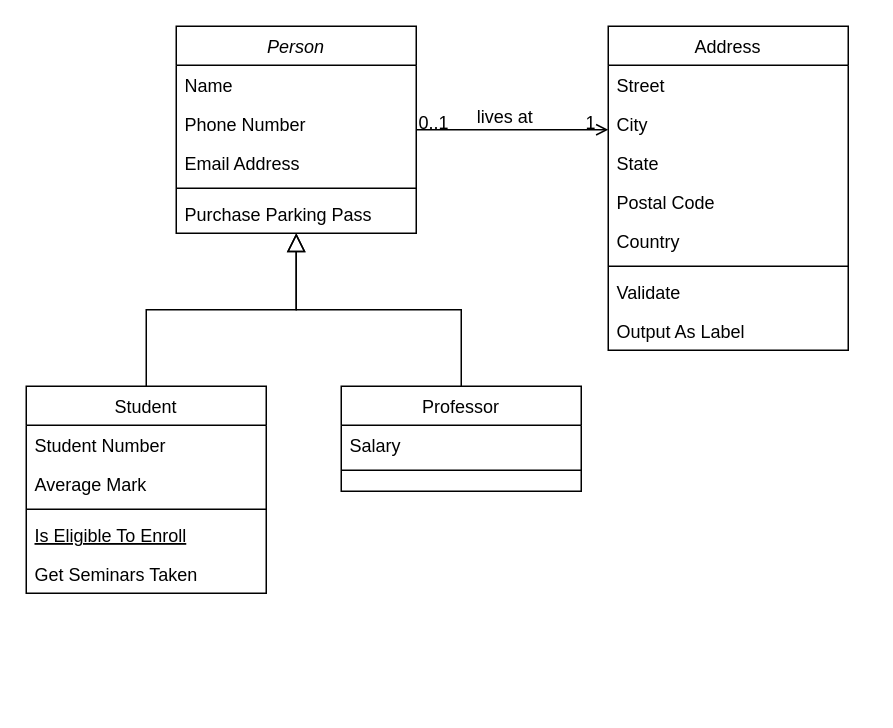
Above: Class Diagram.drawio in tasyafbriani/Daily-Activity-Schedule (draw.io), before the change. Source tidied: cells renumbered, new cells numbered last; positions are measured from the earlier drawing's top-left corner, leaving out a move shared by most shapes. Both pictures are drawn from the tidied source at 150%, with x=0, y=0 at pixel (26, 26).
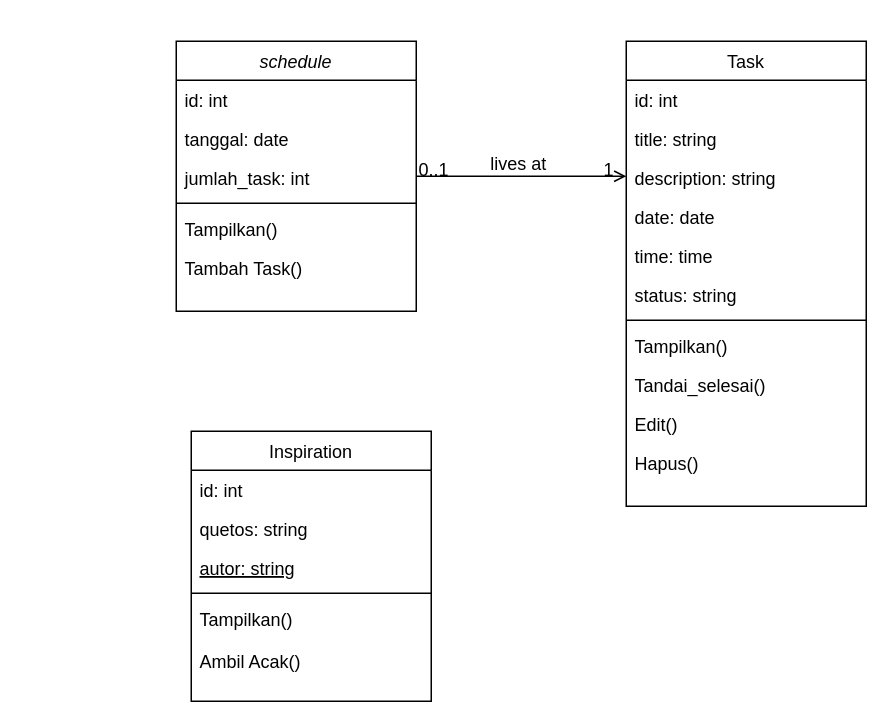
Above is the later version.

The edit, as a diff of the source:
```diff
@@
-    <mxCell id="2" value="Person" style="swimlane;fontStyle=2;align=center;verticalAlign=top;horizontal=1;startSize=26;rounded=0;shadow=0;strokeWidth=1;" parent="1" vertex="1">
-      <mxGeometry x="100" width="160" height="138" as="geometry" />
+    <mxCell id="2" value="schedule" style="swimlane;fontStyle=2;align=center;verticalAlign=top;horizontal=1;startSize=26;rounded=0;shadow=0;strokeWidth=1;" parent="1" vertex="1">
+      <mxGeometry x="100" y="10" width="160" height="180" as="geometry" />
     </mxCell>
-    <mxCell id="3" value="Name" style="text;align=left;verticalAlign=top;spacingLeft=4;spacingRight=4;overflow=hidden;" parent="2" vertex="1">
+    <mxCell id="3" value="id: int" style="text;align=left;verticalAlign=top;spacingLeft=4;spacingRight=4;overflow=hidden;" parent="2" vertex="1">
       <mxGeometry y="26" width="160" height="26" as="geometry" />
     </mxCell>
-    <mxCell id="4" value="Phone Number" style="text;align=left;verticalAlign=top;spacingLeft=4;spacingRight=4;overflow=hidden;rounded=0;shadow=0;html=0;" parent="2" vertex="1">
+    <mxCell id="4" value="tanggal: date" style="text;align=left;verticalAlign=top;spacingLeft=4;spacingRight=4;overflow=hidden;rounded=0;shadow=0;html=0;" parent="2" vertex="1">
       <mxGeometry y="52" width="160" height="26" as="geometry" />
     </mxCell>
-    <mxCell id="5" value="Email Address" style="text;align=left;verticalAlign=top;spacingLeft=4;spacingRight=4;overflow=hidden;rounded=0;shadow=0;html=0;" parent="2" vertex="1">
+    <mxCell id="5" value="jumlah_task: int" style="text;align=left;verticalAlign=top;spacingLeft=4;spacingRight=4;overflow=hidden;rounded=0;shadow=0;html=0;" parent="2" vertex="1">
       <mxGeometry y="78" width="160" height="26" as="geometry" />
     </mxCell>
@@
-    <mxCell id="7" value="Purchase Parking Pass" style="text;align=left;verticalAlign=top;spacingLeft=4;spacingRight=4;overflow=hidden;" parent="2" vertex="1">
+    <mxCell id="7" value="Tampilkan()" style="text;align=left;verticalAlign=top;spacingLeft=4;spacingRight=4;overflow=hidden;" parent="2" vertex="1">
       <mxGeometry y="112" width="160" height="26" as="geometry" />
     </mxCell>
+    <mxCell id="32" value="Tambah Task()" style="text;align=left;verticalAlign=top;spacingLeft=4;spacingRight=4;overflow=hidden;" parent="2" vertex="1">
+      <mxGeometry y="138" width="160" height="26" as="geometry" />
+    </mxCell>
-    <mxCell id="8" value="Student" style="swimlane;fontStyle=0;align=center;verticalAlign=top;horizontal=1;startSize=26;rounded=0;shadow=0;strokeWidth=1;" parent="1" vertex="1">
-      <mxGeometry y="240" width="160" height="138" as="geometry" />
+    <mxCell id="8" value="Inspiration" style="swimlane;fontStyle=0;align=center;verticalAlign=top;horizontal=1;startSize=26;rounded=0;shadow=0;strokeWidth=1;" parent="1" vertex="1">
+      <mxGeometry x="110" y="270" width="160" height="180" as="geometry" />
     </mxCell>
-    <mxCell id="9" value="Student Number" style="text;align=left;verticalAlign=top;spacingLeft=4;spacingRight=4;overflow=hidden;" parent="8" vertex="1">
+    <mxCell id="9" value="id: int" style="text;align=left;verticalAlign=top;spacingLeft=4;spacingRight=4;overflow=hidden;" parent="8" vertex="1">
       <mxGeometry y="26" width="160" height="26" as="geometry" />
     </mxCell>
-    <mxCell id="10" value="Average Mark" style="text;align=left;verticalAlign=top;spacingLeft=4;spacingRight=4;overflow=hidden;rounded=0;shadow=0;html=0;" parent="8" vertex="1">
+    <mxCell id="10" value="quetos: string" style="text;align=left;verticalAlign=top;spacingLeft=4;spacingRight=4;overflow=hidden;rounded=0;shadow=0;html=0;" parent="8" vertex="1">
       <mxGeometry y="52" width="160" height="26" as="geometry" />
     </mxCell>
+    <mxCell id="12" value="autor: string" style="text;align=left;verticalAlign=top;spacingLeft=4;spacingRight=4;overflow=hidden;fontStyle=4;" parent="8" vertex="1">
+      <mxGeometry y="78" width="160" height="26" as="geometry" />
+    </mxCell>
     <mxCell id="11" style="line;html=1;strokeWidth=1;align=left;verticalAlign=middle;spacingTop=-1;spacingLeft=3;spacingRight=3;labelPosition=right;" parent="8" vertex="1">
-      <mxGeometry y="78" width="160" height="8" as="geometry" />
+      <mxGeometry y="104" width="160" height="8" as="geometry" />
     </mxCell>
-    <mxCell id="12" value="Is Eligible To Enroll" style="text;align=left;verticalAlign=top;spacingLeft=4;spacingRight=4;overflow=hidden;fontStyle=4;" parent="8" vertex="1">
-      <mxGeometry y="86" width="160" height="26" as="geometry" />
-    </mxCell>
-    <mxCell id="13" value="Get Seminars Taken" style="text;align=left;verticalAlign=top;spacingLeft=4;spacingRight=4;overflow=hidden;" parent="8" vertex="1">
-      <mxGeometry y="112" width="160" height="26" as="geometry" />
-    </mxCell>
-    <mxCell id="14" style="endArrow=block;endSize=10;endFill=0;shadow=0;strokeWidth=1;rounded=0;curved=0;edgeStyle=elbowEdgeStyle;elbow=vertical;" parent="1" edge="1" source="8" target="2">
-      <mxGeometry relative="1" as="geometry" />
-    </mxCell>
-    <mxCell id="15" value="Professor" style="swimlane;fontStyle=0;align=center;verticalAlign=top;horizontal=1;startSize=26;rounded=0;shadow=0;strokeWidth=1;" parent="1" vertex="1">
-      <mxGeometry x="210" y="240" width="160" height="70" as="geometry" />
-    </mxCell>
-    <mxCell id="16" value="Salary" style="text;align=left;verticalAlign=top;spacingLeft=4;spacingRight=4;overflow=hidden;" parent="15" vertex="1">
-      <mxGeometry y="26" width="160" height="26" as="geometry" />
-    </mxCell>
-    <mxCell id="17" style="line;html=1;strokeWidth=1;align=left;verticalAlign=middle;spacingTop=-1;spacingLeft=3;spacingRight=3;labelPosition=right;" parent="15" vertex="1">
-      <mxGeometry y="52" width="160" height="8" as="geometry" />
-    </mxCell>
-    <mxCell id="18" style="endArrow=block;endSize=10;endFill=0;shadow=0;strokeWidth=1;rounded=0;curved=0;edgeStyle=elbowEdgeStyle;elbow=vertical;" parent="1" edge="1" source="15" target="2">
-      <mxGeometry relative="1" as="geometry" />
-    </mxCell>
+    <mxCell id="33" value="Tampilkan()" style="text;align=left;verticalAlign=top;spacingLeft=4;spacingRight=4;overflow=hidden;" parent="8" vertex="1">
+      <mxGeometry y="112" width="160" height="28" as="geometry" />
+    </mxCell>
+    <mxCell id="34" value="Ambil Acak()" style="text;align=left;verticalAlign=top;spacingLeft=4;spacingRight=4;overflow=hidden;" parent="8" vertex="1">
+      <mxGeometry y="140" width="160" height="30" as="geometry" />
+    </mxCell>
-    <mxCell id="19" value="Address" style="swimlane;fontStyle=0;align=center;verticalAlign=top;horizontal=1;startSize=26;rounded=0;shadow=0;strokeWidth=1;" parent="1" vertex="1">
-      <mxGeometry x="388" width="160" height="216" as="geometry" />
+    <mxCell id="19" value="Task" style="swimlane;fontStyle=0;align=center;verticalAlign=top;horizontal=1;startSize=26;rounded=0;shadow=0;strokeWidth=1;" parent="1" vertex="1">
+      <mxGeometry x="400" y="10" width="160" height="310" as="geometry" />
     </mxCell>
-    <mxCell id="20" value="Street" style="text;align=left;verticalAlign=top;spacingLeft=4;spacingRight=4;overflow=hidden;" parent="19" vertex="1">
+    <mxCell id="20" value="id: int" style="text;align=left;verticalAlign=top;spacingLeft=4;spacingRight=4;overflow=hidden;" parent="19" vertex="1">
       <mxGeometry y="26" width="160" height="26" as="geometry" />
     </mxCell>
-    <mxCell id="21" value="City" style="text;align=left;verticalAlign=top;spacingLeft=4;spacingRight=4;overflow=hidden;rounded=0;shadow=0;html=0;" parent="19" vertex="1">
-      <mxGeometry y="52" width="160" height="26" as="geometry" />
-    </mxCell>
-    <mxCell id="22" value="State" style="text;align=left;verticalAlign=top;spacingLeft=4;spacingRight=4;overflow=hidden;rounded=0;shadow=0;html=0;" parent="19" vertex="1">
-      <mxGeometry y="78" width="160" height="26" as="geometry" />
+    <mxCell id="22" value="title: string" style="text;align=left;verticalAlign=top;spacingLeft=4;spacingRight=4;overflow=hidden;rounded=0;shadow=0;html=0;" parent="19" vertex="1">
+      <mxGeometry y="52" width="160" height="26" as="geometry" />
     </mxCell>
-    <mxCell id="23" value="Postal Code" style="text;align=left;verticalAlign=top;spacingLeft=4;spacingRight=4;overflow=hidden;rounded=0;shadow=0;html=0;" parent="19" vertex="1">
-      <mxGeometry y="104" width="160" height="26" as="geometry" />
+    <mxCell id="23" value="description: string" style="text;align=left;verticalAlign=top;spacingLeft=4;spacingRight=4;overflow=hidden;rounded=0;shadow=0;html=0;" parent="19" vertex="1">
+      <mxGeometry y="78" width="160" height="26" as="geometry" />
     </mxCell>
+    <mxCell id="21" value="date: date" style="text;align=left;verticalAlign=top;spacingLeft=4;spacingRight=4;overflow=hidden;rounded=0;shadow=0;html=0;" parent="19" vertex="1">
+      <mxGeometry y="104" width="160" height="26" as="geometry" />
+    </mxCell>
+    <mxCell id="26" value="time: time" style="text;align=left;verticalAlign=top;spacingLeft=4;spacingRight=4;overflow=hidden;" parent="19" vertex="1">
+      <mxGeometry y="130" width="160" height="26" as="geometry" />
+    </mxCell>
-    <mxCell id="24" value="Country" style="text;align=left;verticalAlign=top;spacingLeft=4;spacingRight=4;overflow=hidden;rounded=0;shadow=0;html=0;" parent="19" vertex="1">
-      <mxGeometry y="130" width="160" height="26" as="geometry" />
+    <mxCell id="24" value="status: string" style="text;align=left;verticalAlign=top;spacingLeft=4;spacingRight=4;overflow=hidden;rounded=0;shadow=0;html=0;" parent="19" vertex="1">
+      <mxGeometry y="156" width="160" height="26" as="geometry" />
     </mxCell>
     <mxCell id="25" style="line;html=1;strokeWidth=1;align=left;verticalAlign=middle;spacingTop=-1;spacingLeft=3;spacingRight=3;labelPosition=right;" parent="19" vertex="1">
-      <mxGeometry y="156" width="160" height="8" as="geometry" />
+      <mxGeometry y="182" width="160" height="8" as="geometry" />
     </mxCell>
-    <mxCell id="26" value="Validate" style="text;align=left;verticalAlign=top;spacingLeft=4;spacingRight=4;overflow=hidden;" parent="19" vertex="1">
-      <mxGeometry y="164" width="160" height="26" as="geometry" />
-    </mxCell>
-    <mxCell id="27" value="Output As Label" style="text;align=left;verticalAlign=top;spacingLeft=4;spacingRight=4;overflow=hidden;" parent="19" vertex="1">
+    <mxCell id="27" value="Tampilkan()" style="text;align=left;verticalAlign=top;spacingLeft=4;spacingRight=4;overflow=hidden;" parent="19" vertex="1">
       <mxGeometry y="190" width="160" height="26" as="geometry" />
     </mxCell>
+    <mxCell id="35" value="Tandai_selesai()" style="text;align=left;verticalAlign=top;spacingLeft=4;spacingRight=4;overflow=hidden;" parent="19" vertex="1">
+      <mxGeometry y="216" width="160" height="26" as="geometry" />
+    </mxCell>
+    <mxCell id="36" value="Edit()" style="text;align=left;verticalAlign=top;spacingLeft=4;spacingRight=4;overflow=hidden;" parent="19" vertex="1">
+      <mxGeometry y="242" width="160" height="26" as="geometry" />
+    </mxCell>
+    <mxCell id="37" value="Hapus()" style="text;align=left;verticalAlign=top;spacingLeft=4;spacingRight=4;overflow=hidden;" parent="19" vertex="1">
+      <mxGeometry y="268" width="160" height="26" as="geometry" />
+    </mxCell>
```
